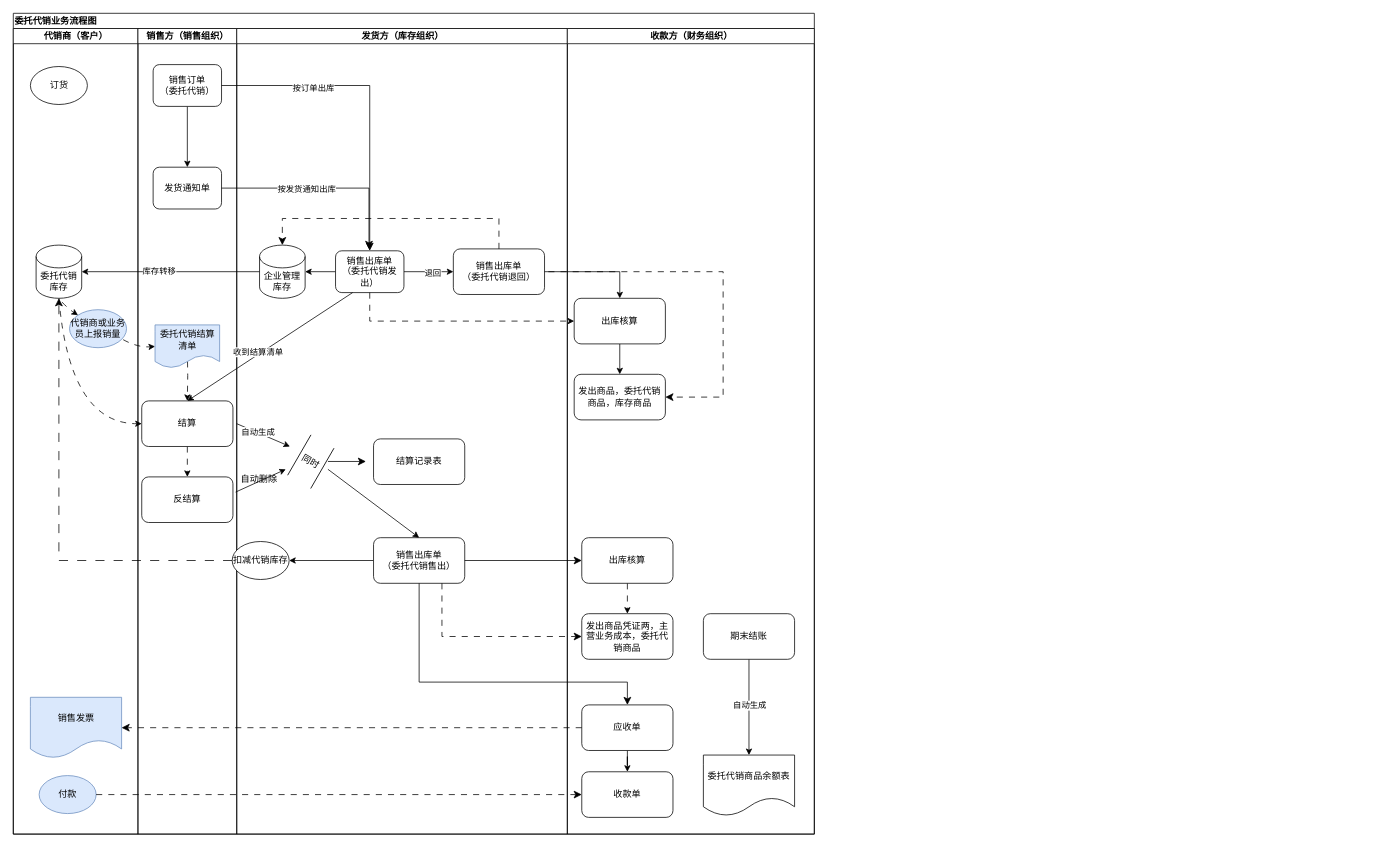
This is 委托代销业务流程图.drawio from leonhard1Q84/leonhard1Q84.github.io, a draw.io file, before an edit. Source tidied: cells renumbered, new cells numbered last; positions are measured from the earlier drawing's top-left corner, leaving out a move shared by most shapes. Both pictures are drawn from the tidied source at 76%, with x=0, y=0 at pixel (13, 13).
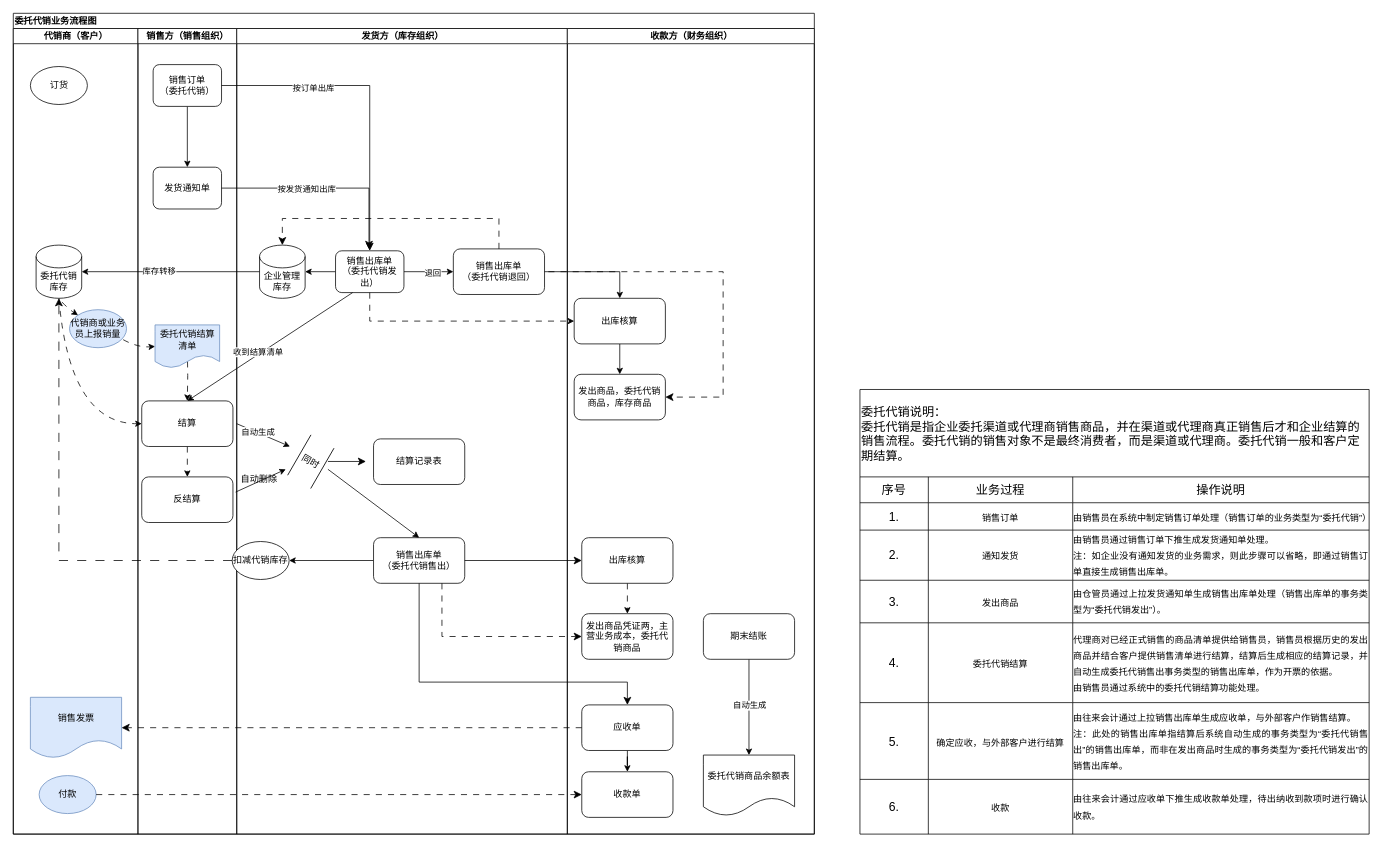
Above is the later version.

Commit message (it also covers changes not shown here):
Update 委托代销业务流程图.drawio

Diff of the diagram source:
```diff
@@
+    <mxCell id="71" value="委托代销说明：&#10;委托代销是指企业委托渠道或代理商销售商品，并在渠道或代理商真正销售后才和企业结算的&#10;销售流程。委托代销的销售对象不是最终消费者，而是渠道或代理商。委托代销一般和客户定&#10;期结算。" style="shape=table;startSize=115;childLayout=tableLayout;strokeColor=default;fontSize=16;align=left;fontStyle=0;" parent="1" vertex="1">
+      <mxGeometry x="1114" y="495" width="670" height="585" as="geometry" />
+    </mxCell>
+    <mxCell id="72" style="shape=tableRow;horizontal=0;startSize=0;swimlaneHead=0;swimlaneBody=0;strokeColor=inherit;top=0;left=0;bottom=0;right=0;fillColor=none;fontSize=16;" parent="71" vertex="1">
+      <mxGeometry y="115" width="670" height="34" as="geometry" />
+    </mxCell>
+    <mxCell id="73" value="序号" style="shape=partialRectangle;html=1;whiteSpace=wrap;strokeColor=inherit;overflow=hidden;fillColor=none;top=0;left=0;bottom=0;right=0;fontSize=16;" parent="72" vertex="1">
+      <mxGeometry width="90" height="34" as="geometry" />
+    </mxCell>
+    <mxCell id="74" value="&lt;span style=&quot;white-space: pre;&quot;&gt;业务过程&lt;/span&gt;" style="shape=partialRectangle;html=1;whiteSpace=wrap;strokeColor=inherit;overflow=hidden;fillColor=none;top=0;left=0;bottom=0;right=0;fontSize=16;" parent="72" vertex="1">
+      <mxGeometry x="90" width="190" height="34" as="geometry" />
+    </mxCell>
+    <mxCell id="75" value="&lt;span style=&quot;white-space: pre;&quot;&gt;操作说明&lt;/span&gt;" style="shape=partialRectangle;html=1;whiteSpace=wrap;strokeColor=inherit;overflow=hidden;fillColor=none;top=0;left=0;bottom=0;right=0;fontSize=16;" parent="72" vertex="1">
+      <mxGeometry x="280" width="390" height="34" as="geometry" />
+    </mxCell>
+    <mxCell id="76" style="shape=tableRow;horizontal=0;startSize=0;swimlaneHead=0;swimlaneBody=0;strokeColor=inherit;top=0;left=0;bottom=0;right=0;fillColor=none;fontSize=16;" parent="71" vertex="1">
+      <mxGeometry y="149" width="670" height="36" as="geometry" />
+    </mxCell>
+    <mxCell id="77" value="1." style="shape=partialRectangle;html=1;whiteSpace=wrap;strokeColor=inherit;overflow=hidden;fillColor=none;top=0;left=0;bottom=0;right=0;fontSize=16;" parent="76" vertex="1">
+      <mxGeometry width="90" height="36" as="geometry" />
+    </mxCell>
+    <mxCell id="78" value="&lt;span style=&quot;font-family: 宋体; font-size: 12px; text-align: justify;&quot;&gt;销售订单&lt;/span&gt;" style="shape=partialRectangle;html=1;whiteSpace=wrap;strokeColor=inherit;overflow=hidden;fillColor=none;top=0;left=0;bottom=0;right=0;fontSize=16;" parent="76" vertex="1">
+      <mxGeometry x="90" width="190" height="36" as="geometry" />
+    </mxCell>
+    <mxCell id="79" value="&lt;span style=&quot;font-family: 宋体; font-size: 12px; text-align: justify;&quot;&gt;由销售员在系统中制定销售订单处理（销售订单的业务类型为“委托代销”）&lt;/span&gt;" style="shape=partialRectangle;html=1;whiteSpace=wrap;strokeColor=inherit;overflow=hidden;fillColor=none;top=0;left=0;bottom=0;right=0;fontSize=16;" parent="76" vertex="1">
+      <mxGeometry x="280" width="390" height="36" as="geometry" />
+    </mxCell>
+    <mxCell id="80" style="shape=tableRow;horizontal=0;startSize=0;swimlaneHead=0;swimlaneBody=0;strokeColor=inherit;top=0;left=0;bottom=0;right=0;fillColor=none;fontSize=16;" parent="71" vertex="1">
+      <mxGeometry y="185" width="670" height="66" as="geometry" />
+    </mxCell>
+    <mxCell id="81" value="2." style="shape=partialRectangle;html=1;whiteSpace=wrap;strokeColor=inherit;overflow=hidden;fillColor=none;top=0;left=0;bottom=0;right=0;fontSize=16;" parent="80" vertex="1">
+      <mxGeometry width="90" height="66" as="geometry" />
+    </mxCell>
+    <mxCell id="82" value="&lt;span style=&quot;font-family: 宋体; font-size: 12px; text-align: justify;&quot;&gt;通知发货&lt;/span&gt;" style="shape=partialRectangle;html=1;whiteSpace=wrap;strokeColor=inherit;overflow=hidden;fillColor=none;top=0;left=0;bottom=0;right=0;fontSize=16;" parent="80" vertex="1">
+      <mxGeometry x="90" width="190" height="66" as="geometry" />
+    </mxCell>
+    <mxCell id="83" value="&lt;p style=&quot;margin: 0cm 0cm 0.0001pt; font-size: 10.5pt; font-family: &amp;quot;Times New Roman&amp;quot;; text-align: justify; line-height: 21px;&quot; class=&quot;MsoNormal&quot;&gt;&lt;span style=&quot;font-size: 9pt; line-height: 18px; font-family: 宋体;&quot;&gt;由销售员通过销售订单下推生成发货通知单处理。&lt;/span&gt;&lt;span style=&quot;font-size: 9pt; line-height: 18px;&quot; lang=&quot;EN-US&quot;&gt;&lt;/span&gt;&lt;/p&gt;&lt;p style=&quot;margin: 0cm 0cm 0.0001pt; font-size: 10.5pt; font-family: &amp;quot;Times New Roman&amp;quot;; text-align: justify; line-height: 21px;&quot; class=&quot;MsoNormal&quot;&gt;&lt;span style=&quot;font-size: 9pt; line-height: 18px; font-family: 宋体;&quot;&gt;注：如企业没有通知发货的业务需求，则此步骤可以省略，即通过销售订单直接生成销售出库单。&lt;/span&gt;&lt;/p&gt;" style="shape=partialRectangle;html=1;whiteSpace=wrap;strokeColor=inherit;overflow=hidden;fillColor=none;top=0;left=0;bottom=0;right=0;fontSize=16;" parent="80" vertex="1">
+      <mxGeometry x="280" width="390" height="66" as="geometry" />
+    </mxCell>
+    <mxCell id="84" style="shape=tableRow;horizontal=0;startSize=0;swimlaneHead=0;swimlaneBody=0;strokeColor=inherit;top=0;left=0;bottom=0;right=0;fillColor=none;fontSize=16;" parent="71" vertex="1">
+      <mxGeometry y="251" width="670" height="56" as="geometry" />
+    </mxCell>
+    <mxCell id="85" value="3." style="shape=partialRectangle;html=1;whiteSpace=wrap;strokeColor=inherit;overflow=hidden;fillColor=none;top=0;left=0;bottom=0;right=0;fontSize=16;" parent="84" vertex="1">
+      <mxGeometry width="90" height="56" as="geometry" />
+    </mxCell>
+    <mxCell id="86" value="&lt;span style=&quot;font-family: 宋体; font-size: 12px; text-align: justify;&quot;&gt;发出商品&lt;/span&gt;" style="shape=partialRectangle;html=1;whiteSpace=wrap;strokeColor=inherit;overflow=hidden;fillColor=none;top=0;left=0;bottom=0;right=0;fontSize=16;" parent="84" vertex="1">
+      <mxGeometry x="90" width="190" height="56" as="geometry" />
+    </mxCell>
+    <mxCell id="87" value="&lt;p style=&quot;margin: 0cm 0cm 0.0001pt; font-size: 10.5pt; font-family: &amp;quot;Times New Roman&amp;quot;; text-align: justify; line-height: 21px;&quot; class=&quot;MsoNormal&quot;&gt;&lt;span style=&quot;font-family: 宋体; font-size: 12px;&quot;&gt;由仓管员通过上拉发货通知单生成销售出库单处理（销售出库单的事务类型为“委托代销发出”）。&lt;/span&gt;&lt;br&gt;&lt;/p&gt;" style="shape=partialRectangle;html=1;whiteSpace=wrap;strokeColor=inherit;overflow=hidden;fillColor=none;top=0;left=0;bottom=0;right=0;fontSize=16;" parent="84" vertex="1">
+      <mxGeometry x="280" width="390" height="56" as="geometry" />
+    </mxCell>
+    <mxCell id="88" style="shape=tableRow;horizontal=0;startSize=0;swimlaneHead=0;swimlaneBody=0;strokeColor=inherit;top=0;left=0;bottom=0;right=0;fillColor=none;fontSize=16;" parent="71" vertex="1">
+      <mxGeometry y="307" width="670" height="105" as="geometry" />
+    </mxCell>
+    <mxCell id="89" value="4." style="shape=partialRectangle;html=1;whiteSpace=wrap;strokeColor=inherit;overflow=hidden;fillColor=none;top=0;left=0;bottom=0;right=0;fontSize=16;" parent="88" vertex="1">
+      <mxGeometry width="90" height="105" as="geometry" />
+    </mxCell>
+    <mxCell id="90" value="&lt;span style=&quot;font-family: 宋体; font-size: 12px; text-align: justify;&quot;&gt;委托代销结算&lt;/span&gt;" style="shape=partialRectangle;html=1;whiteSpace=wrap;strokeColor=inherit;overflow=hidden;fillColor=none;top=0;left=0;bottom=0;right=0;fontSize=16;" parent="88" vertex="1">
+      <mxGeometry x="90" width="190" height="105" as="geometry" />
+    </mxCell>
+    <mxCell id="91" value="&lt;p style=&quot;margin: 0cm 0cm 0.0001pt; font-size: 10.5pt; font-family: &amp;quot;Times New Roman&amp;quot;; text-align: justify; line-height: 21px;&quot; class=&quot;MsoNormal&quot;&gt;&lt;span style=&quot;font-size: 9pt; line-height: 18px; font-family: 宋体;&quot;&gt;代理商对已经正式销售的商品清单提供给销售员，销售员根据历史的发出商品并结合客户提供销售清单进行结算，结算后生成相应的结算记录，并自动生成委托代销售出事务类型的销售出库单，作为开票的依据。&lt;/span&gt;&lt;span style=&quot;font-size: 9pt; line-height: 18px;&quot; lang=&quot;EN-US&quot;&gt;&lt;/span&gt;&lt;/p&gt;&lt;p style=&quot;margin: 0cm 0cm 0.0001pt; font-size: 10.5pt; font-family: &amp;quot;Times New Roman&amp;quot;; text-align: justify; line-height: 21px;&quot; class=&quot;MsoNormal&quot;&gt;&lt;span style=&quot;font-size: 9pt; line-height: 18px; font-family: 宋体;&quot;&gt;由销售员通过系统中的委托代销结算功能处理。&lt;/span&gt;&lt;/p&gt;" style="shape=partialRectangle;html=1;whiteSpace=wrap;strokeColor=inherit;overflow=hidden;fillColor=none;top=0;left=0;bottom=0;right=0;fontSize=16;" parent="88" vertex="1">
+      <mxGeometry x="280" width="390" height="105" as="geometry" />
+    </mxCell>
+    <mxCell id="92" style="shape=tableRow;horizontal=0;startSize=0;swimlaneHead=0;swimlaneBody=0;strokeColor=inherit;top=0;left=0;bottom=0;right=0;fillColor=none;fontSize=16;" parent="71" vertex="1">
+      <mxGeometry y="412" width="670" height="101" as="geometry" />
+    </mxCell>
+    <mxCell id="93" value="5." style="shape=partialRectangle;html=1;whiteSpace=wrap;strokeColor=inherit;overflow=hidden;fillColor=none;top=0;left=0;bottom=0;right=0;fontSize=16;" parent="92" vertex="1">
+      <mxGeometry width="90" height="101" as="geometry" />
+    </mxCell>
+    <mxCell id="94" value="&lt;span style=&quot;font-family: 宋体; font-size: 12px; text-align: justify;&quot;&gt;确定应收，与外部客户进行结算&lt;/span&gt;" style="shape=partialRectangle;html=1;whiteSpace=wrap;strokeColor=inherit;overflow=hidden;fillColor=none;top=0;left=0;bottom=0;right=0;fontSize=16;" parent="92" vertex="1">
+      <mxGeometry x="90" width="190" height="101" as="geometry" />
+    </mxCell>
+    <mxCell id="95" value="&lt;p style=&quot;margin: 0cm 0cm 0.0001pt; font-size: 10.5pt; font-family: &amp;quot;Times New Roman&amp;quot;; text-align: justify; line-height: 21px;&quot; class=&quot;MsoNormal&quot;&gt;&lt;span style=&quot;font-size: 9pt; line-height: 18px; font-family: 宋体;&quot;&gt;由往来会计通过上拉销售出库单生成应收单，与外部客户作销售结算。&lt;/span&gt;&lt;span style=&quot;font-size: 9pt; line-height: 18px;&quot; lang=&quot;EN-US&quot;&gt;&lt;/span&gt;&lt;/p&gt;&lt;p style=&quot;margin: 0cm 0cm 0.0001pt; font-size: 10.5pt; font-family: &amp;quot;Times New Roman&amp;quot;; text-align: justify; line-height: 21px;&quot; class=&quot;MsoNormal&quot;&gt;&lt;span style=&quot;font-size: 9pt; line-height: 18px; font-family: 宋体;&quot;&gt;注：此处的销售出库单指结算后系统自动生成的事务类型为“委托代销售出”的销售出库单，而非在发出商品时生成的事务类型为“委托代销发出”的销售出库单。&lt;/span&gt;&lt;/p&gt;" style="shape=partialRectangle;html=1;whiteSpace=wrap;strokeColor=inherit;overflow=hidden;fillColor=none;top=0;left=0;bottom=0;right=0;fontSize=16;" parent="92" vertex="1">
+      <mxGeometry x="280" width="390" height="101" as="geometry" />
+    </mxCell>
+    <mxCell id="96" style="shape=tableRow;horizontal=0;startSize=0;swimlaneHead=0;swimlaneBody=0;strokeColor=inherit;top=0;left=0;bottom=0;right=0;fillColor=none;fontSize=16;" parent="71" vertex="1">
+      <mxGeometry y="513" width="670" height="72" as="geometry" />
+    </mxCell>
+    <mxCell id="97" value="6." style="shape=partialRectangle;html=1;whiteSpace=wrap;strokeColor=inherit;overflow=hidden;fillColor=none;top=0;left=0;bottom=0;right=0;fontSize=16;" parent="96" vertex="1">
+      <mxGeometry width="90" height="72" as="geometry" />
+    </mxCell>
+    <mxCell id="98" value="&lt;span style=&quot;font-family: 宋体; font-size: 12px; text-align: justify;&quot;&gt;收款&lt;/span&gt;" style="shape=partialRectangle;html=1;whiteSpace=wrap;strokeColor=inherit;overflow=hidden;fillColor=none;top=0;left=0;bottom=0;right=0;fontSize=16;" parent="96" vertex="1">
+      <mxGeometry x="90" width="190" height="72" as="geometry" />
+    </mxCell>
+    <mxCell id="99" value="&lt;p style=&quot;margin: 0cm 0cm 0.0001pt; font-size: 10.5pt; font-family: &amp;quot;Times New Roman&amp;quot;; text-align: justify; line-height: 21px;&quot; class=&quot;MsoNormal&quot;&gt;&lt;span style=&quot;font-family: 宋体; font-size: 12px;&quot;&gt;由往来会计通过应收单下推生成收款单处理，待出纳收到款项时进行确认收款。&lt;/span&gt;&lt;br&gt;&lt;/p&gt;" style="shape=partialRectangle;html=1;whiteSpace=wrap;strokeColor=inherit;overflow=hidden;fillColor=none;top=0;left=0;bottom=0;right=0;fontSize=16;" parent="96" vertex="1">
+      <mxGeometry x="280" width="390" height="72" as="geometry" />
+    </mxCell>
```
